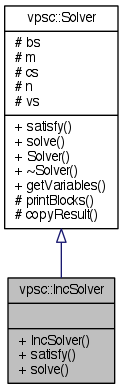
The Graphviz diagram documentation/classvpsc_1_1IncSolver__inherit__graph.png in mjwybrow/adaptagrams, before a commit. Its source is kept beside it as documentation/classvpsc_1_1IncSolver__inherit__graph.dot.
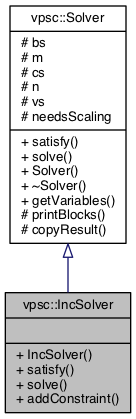
Above is the later version.

Change to the diagram source:
```diff
@@ -2,7 +2,7 @@
 {
   edge [fontname="Helvetica",fontsize="10",labelfontname="Helvetica",labelfontsize="10"];
   node [fontname="Helvetica",fontsize="10",shape=record];
-  Node1 [label="{vpsc::IncSolver\n||+ IncSolver()\l+ satisfy()\l+ solve()\l}",height=0.2,width=0.4,color="black", fillcolor="grey75", style="filled" fontcolor="black"];
+  Node1 [label="{vpsc::IncSolver\n||+ IncSolver()\l+ satisfy()\l+ solve()\l+ addConstraint()\l}",height=0.2,width=0.4,color="black", fillcolor="grey75", style="filled", fontcolor="black"];
   Node2 -> Node1 [dir="back",color="midnightblue",fontsize="10",style="solid",arrowtail="onormal",fontname="Helvetica"];
-  Node2 [label="{vpsc::Solver\n|# bs\l# m\l# cs\l# n\l# vs\l|+ satisfy()\l+ solve()\l+ Solver()\l+ ~Solver()\l+ getVariables()\l# printBlocks()\l# copyResult()\l}",height=0.2,width=0.4,color="black", fillcolor="white", style="filled",URL="$classvpsc_1_1Solver.html",tooltip="Static solver for Variable Placement with Separation Constraints problem instance."];
+  Node2 [label="{vpsc::Solver\n|# bs\l# m\l# cs\l# n\l# vs\l# needsScaling\l|+ satisfy()\l+ solve()\l+ Solver()\l+ ~Solver()\l+ getVariables()\l# printBlocks()\l# copyResult()\l}",height=0.2,width=0.4,color="black", fillcolor="white", style="filled",URL="$classvpsc_1_1Solver.html",tooltip="Static solver for Variable Placement with Separation Constraints problem instance. "];
 }
```
